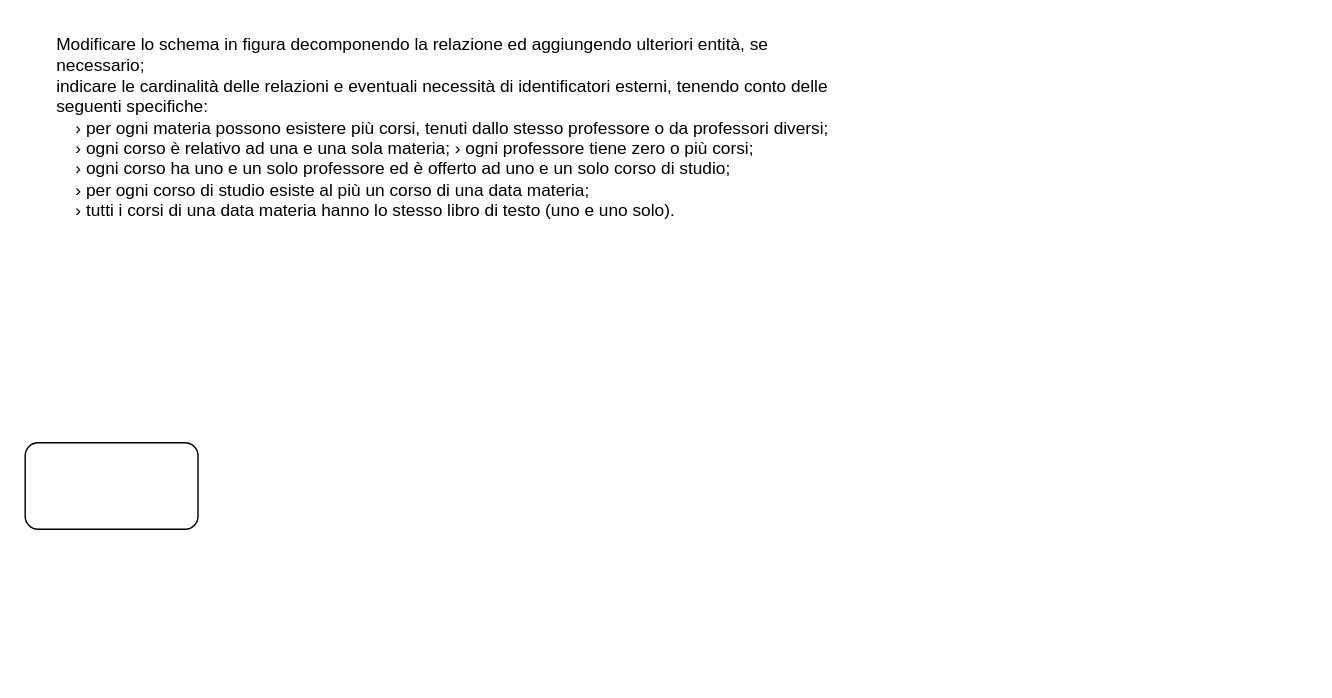
MicheleMolineri/UNITO keeps this draw.io diagram as BASI DATI/Untitled Diagram.drawio. Above is the earlier version. Source tidied: cells renumbered, new cells numbered last; positions are measured from the earlier drawing's top-left corner, leaving out a move shared by most shapes. Both pictures are drawn from the tidied source at 144%, with x=0, y=0 at pixel (24, 24).
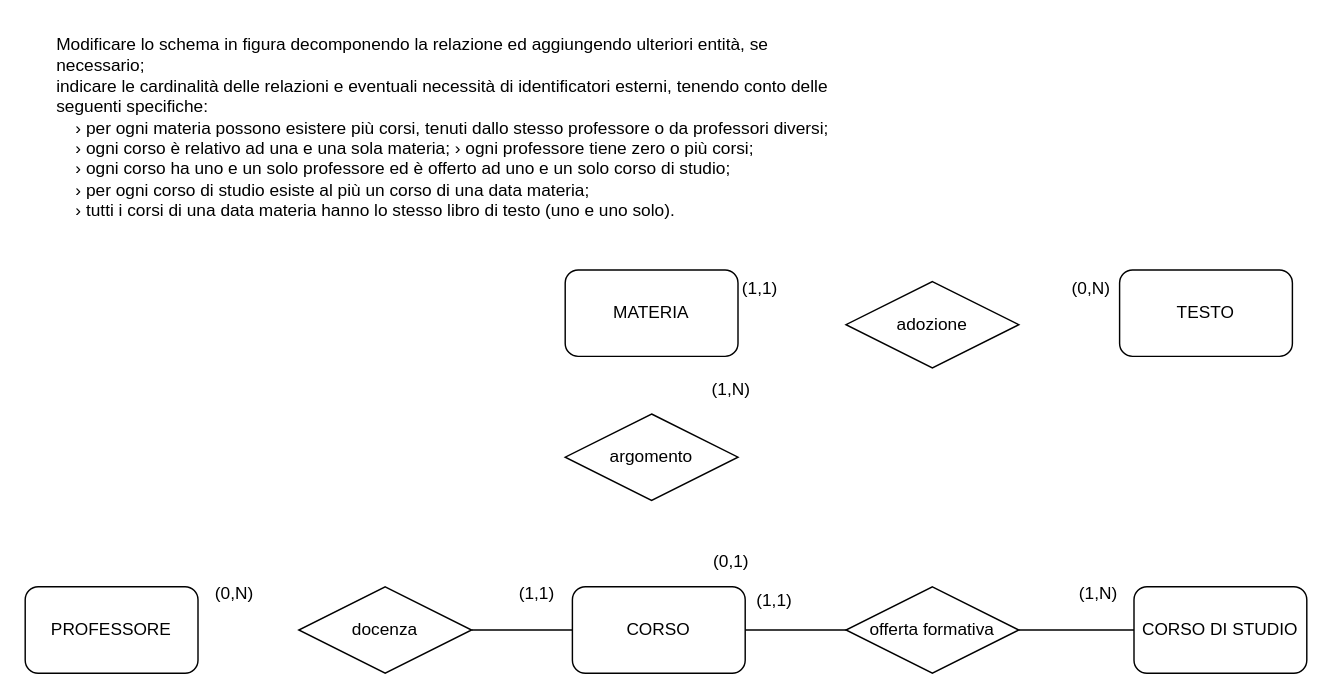
The same diagram, later.

The edit, as a diff of the source:
```diff
@@
-    <mxCell id="3" style="rounded=1;whiteSpace=wrap;html=1;" parent="1" vertex="1">
-      <mxGeometry y="290" width="120" height="60" as="geometry" />
+    <mxCell id="3" value="PROFESSORE" style="rounded=1;whiteSpace=wrap;html=1;" parent="1" vertex="1">
+      <mxGeometry y="390" width="120" height="60" as="geometry" />
     </mxCell>
+    <mxCell id="4" value="CORSO" style="rounded=1;whiteSpace=wrap;html=1;" parent="1" vertex="1">
+      <mxGeometry x="380" y="390" width="120" height="60" as="geometry" />
+    </mxCell>
+    <mxCell id="5" value="CORSO DI STUDIO" style="rounded=1;whiteSpace=wrap;html=1;" parent="1" vertex="1">
+      <mxGeometry x="770" y="390" width="120" height="60" as="geometry" />
+    </mxCell>
+    <mxCell id="6" value="MATERIA" style="rounded=1;whiteSpace=wrap;html=1;" parent="1" vertex="1">
+      <mxGeometry x="375" y="170" width="120" height="60" as="geometry" />
+    </mxCell>
+    <mxCell id="7" value="TESTO" style="rounded=1;whiteSpace=wrap;html=1;" parent="1" vertex="1">
+      <mxGeometry x="760" y="170" width="120" height="60" as="geometry" />
+    </mxCell>
+    <mxCell id="8" value="docenza" style="shape=rhombus;perimeter=rhombusPerimeter;whiteSpace=wrap;html=1;align=center;" parent="1" vertex="1">
+      <mxGeometry x="190" y="390" width="120" height="60" as="geometry" />
+    </mxCell>
+    <mxCell id="9" value="(0,N)" style="text;html=1;align=center;verticalAlign=middle;strokeColor=none;fillColor=none;" parent="1" vertex="1">
+      <mxGeometry x="120" y="380" width="50" height="30" as="geometry" />
+    </mxCell>
+    <mxCell id="10" value="(1,1)" style="text;html=1;align=center;verticalAlign=middle;strokeColor=none;fillColor=none;" parent="1" vertex="1">
+      <mxGeometry x="330" y="380" width="50" height="30" as="geometry" />
+    </mxCell>
+    <mxCell id="11" style="line;strokeWidth=1;dashed=0;labelPosition=right;align=left;verticalAlign=middle;spacingTop=0;spacingLeft=6;" parent="1" vertex="1">
+      <mxGeometry x="310" y="415" width="70" height="10" as="geometry" />
+    </mxCell>
+    <mxCell id="12" value="offerta formativa" style="shape=rhombus;perimeter=rhombusPerimeter;whiteSpace=wrap;html=1;align=center;" parent="1" vertex="1">
+      <mxGeometry x="570" y="390" width="120" height="60" as="geometry" />
+    </mxCell>
+    <mxCell id="13" value="(1,1)" style="text;html=1;align=center;verticalAlign=middle;strokeColor=none;fillColor=none;" parent="1" vertex="1">
+      <mxGeometry x="495" y="385" width="50" height="30" as="geometry" />
+    </mxCell>
+    <mxCell id="14" value="(1,N)" style="text;html=1;align=center;verticalAlign=middle;strokeColor=none;fillColor=none;" parent="1" vertex="1">
+      <mxGeometry x="720" y="380" width="50" height="30" as="geometry" />
+    </mxCell>
+    <mxCell id="15" value="argomento" style="shape=rhombus;perimeter=rhombusPerimeter;whiteSpace=wrap;html=1;align=center;" parent="1" vertex="1">
+      <mxGeometry x="375" y="270" width="120" height="60" as="geometry" />
+    </mxCell>
+    <mxCell id="16" value="(1,N)" style="text;html=1;align=center;verticalAlign=middle;strokeColor=none;fillColor=none;" parent="1" vertex="1">
+      <mxGeometry x="465" y="238" width="50" height="30" as="geometry" />
+    </mxCell>
+    <mxCell id="17" value="(0,1)" style="text;html=1;align=center;verticalAlign=middle;strokeColor=none;fillColor=none;" parent="1" vertex="1">
+      <mxGeometry x="465" y="358" width="50" height="30" as="geometry" />
+    </mxCell>
+    <mxCell id="18" value="(1,1)" style="text;html=1;align=center;verticalAlign=middle;strokeColor=none;fillColor=none;" parent="1" vertex="1">
+      <mxGeometry x="485" y="168" width="50" height="30" as="geometry" />
+    </mxCell>
+    <mxCell id="19" value="(0,N)" style="text;html=1;align=center;verticalAlign=middle;strokeColor=none;fillColor=none;" parent="1" vertex="1">
+      <mxGeometry x="715" y="168" width="50" height="30" as="geometry" />
+    </mxCell>
+    <mxCell id="20" value="adozione" style="shape=rhombus;perimeter=rhombusPerimeter;whiteSpace=wrap;html=1;align=center;" parent="1" vertex="1">
+      <mxGeometry x="570" y="178" width="120" height="60" as="geometry" />
+    </mxCell>
+    <mxCell id="21" style="line;strokeWidth=1;dashed=0;labelPosition=right;align=left;verticalAlign=middle;spacingTop=0;spacingLeft=6;" parent="1" vertex="1">
+      <mxGeometry x="500" y="415" width="70" height="10" as="geometry" />
+    </mxCell>
+    <mxCell id="22" style="line;strokeWidth=1;dashed=0;labelPosition=right;align=left;verticalAlign=middle;spacingTop=0;spacingLeft=6;" parent="1" vertex="1">
+      <mxGeometry x="690" y="415" width="80" height="10" as="geometry" />
+    </mxCell>
```
